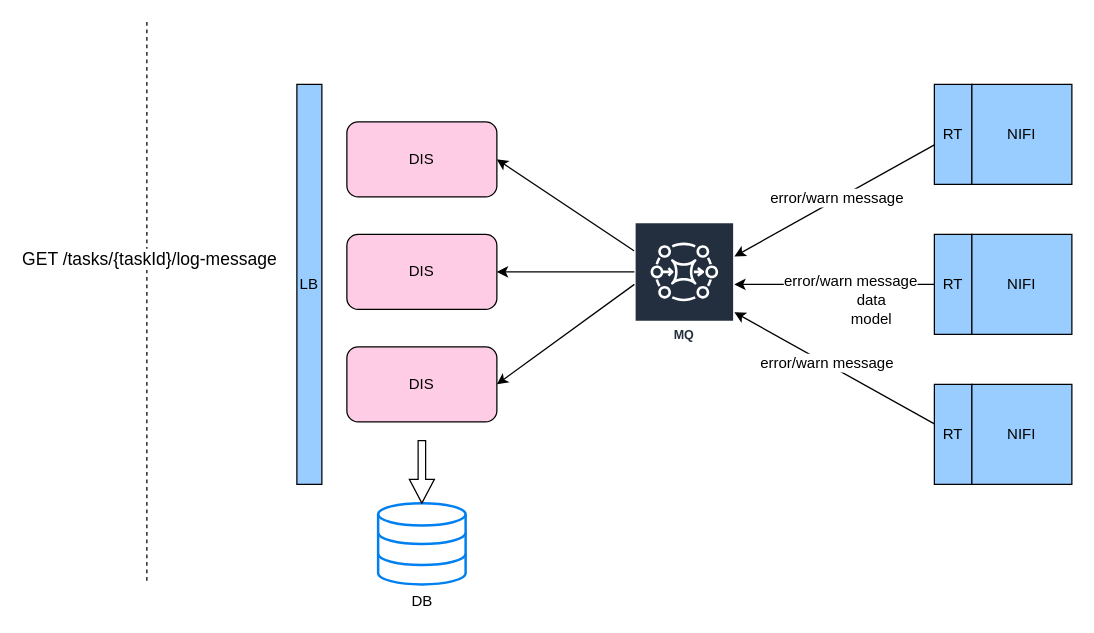
Before: page "Error Info & Alert" (12 of 16) of 自助式接入.drawio in dophinlife/drawio, a draw.io diagram. Source tidied: cells renumbered, new cells numbered last; positions are measured from the earlier drawing's top-left corner, leaving out a move shared by most shapes. Both pictures are drawn from the tidied source at 125%, with x=0, y=0 at pixel (146, 21).
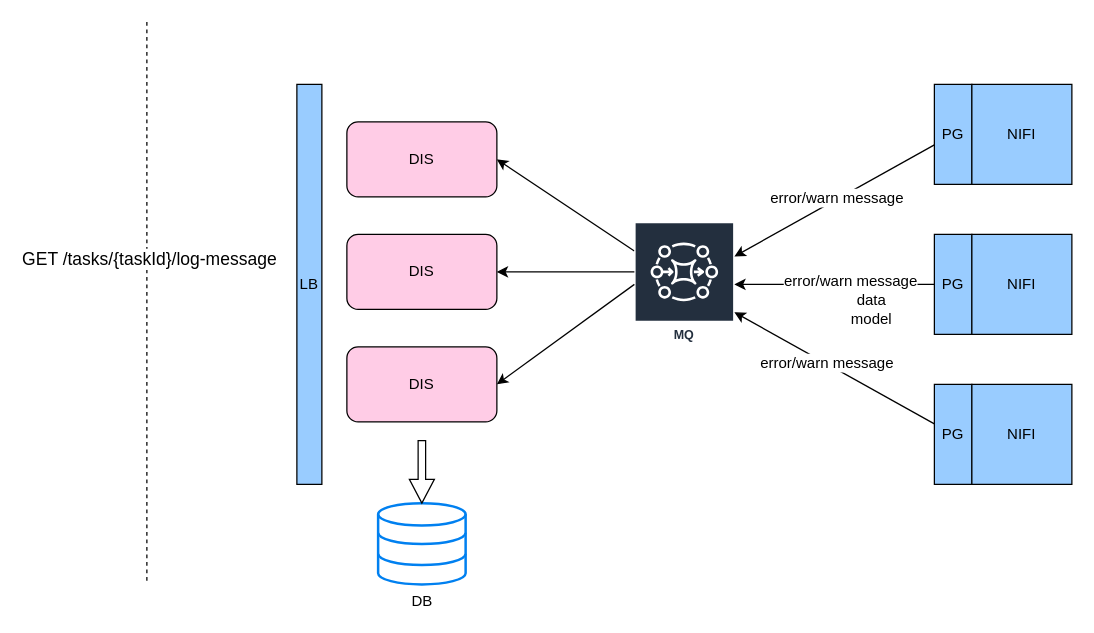
After the change.

Unchanged cells that the change refers to:
```xml
<mxCell id="2" style="group;" parent="1" vertex="1">
  <mxGeometry x="630" y="50" width="110" height="80" as="geometry" />
</mxCell>
<mxCell id="5" style="group;" parent="1" vertex="1">
  <mxGeometry x="630" y="170" width="110" height="80" as="geometry" />
</mxCell>
<mxCell id="8" style="group;" parent="1" vertex="1">
  <mxGeometry x="630" y="290" width="110" height="80" as="geometry" />
</mxCell>
```

Change to the diagram source:
```diff
@@
-    <mxCell id="3" value="RT" style="rounded=0;whiteSpace=wrap;html=1;fillColor=#99CCFF;" parent="2" vertex="1">
+    <mxCell id="3" value="PG" style="rounded=0;whiteSpace=wrap;html=1;fillColor=#99CCFF;" parent="2" vertex="1">
       <mxGeometry width="30" height="80" as="geometry" />
     </mxCell>
@@
-    <mxCell id="6" value="RT" style="rounded=0;whiteSpace=wrap;html=1;fillColor=#99CCFF;" parent="5" vertex="1">
+    <mxCell id="6" value="PG" style="rounded=0;whiteSpace=wrap;html=1;fillColor=#99CCFF;" parent="5" vertex="1">
       <mxGeometry width="30" height="80" as="geometry" />
     </mxCell>
@@
-    <mxCell id="9" value="RT" style="rounded=0;whiteSpace=wrap;html=1;fillColor=#99CCFF;" parent="8" vertex="1">
+    <mxCell id="9" value="PG" style="rounded=0;whiteSpace=wrap;html=1;fillColor=#99CCFF;" parent="8" vertex="1">
       <mxGeometry width="30" height="80" as="geometry" />
     </mxCell>
```
